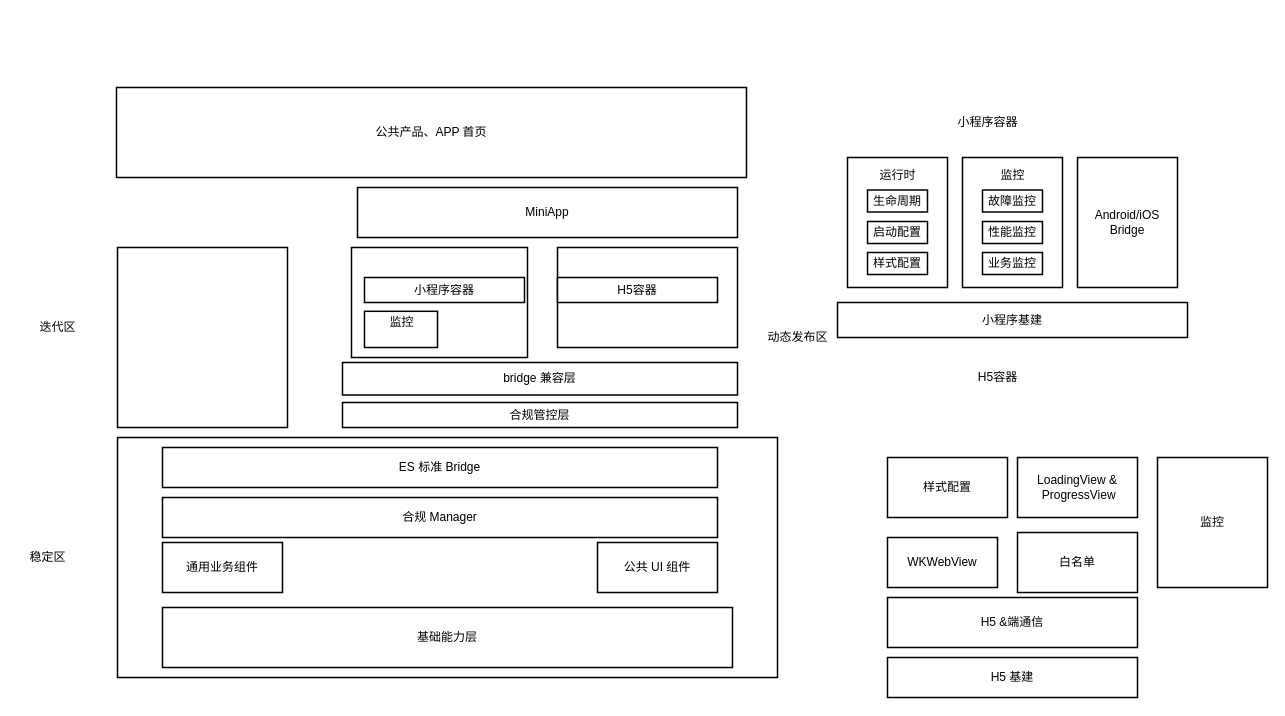
ashen-23/DrawIORepo keeps this draw.io diagram as page "第 3 页" (3 of 3) of 未命名绘图.drawio. Above is the earlier version. Source tidied: cells renumbered, new cells numbered last; positions are measured from the earlier drawing's top-left corner, leaving out a move shared by most shapes. Both pictures are drawn from the tidied source at 100%, with x=0, y=0 at pixel (17, 87).
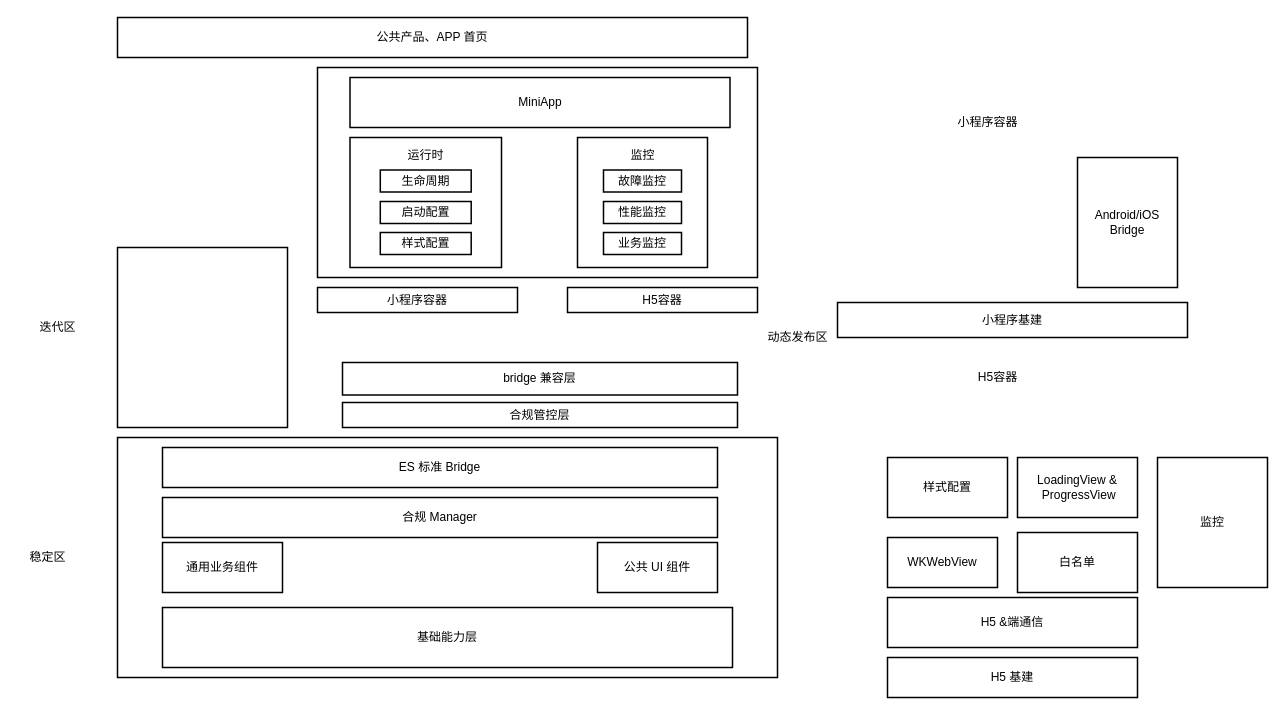
After the change.

Commit message:
更新未命名绘图.drawio

Diff of the diagram source:
```diff
@@
+    <mxCell id="45" style="whiteSpace=wrap;html=1;strokeWidth=1.5;fontColor=#000000;fillColor=#FFFFFF;" parent="1" vertex="1">
+      <mxGeometry x="300" y="-20" width="440" height="210" as="geometry" />
+    </mxCell>
@@
-    <mxCell id="11" style="whiteSpace=wrap;html=1;strokeWidth=1.5;fontColor=#000000;fillColor=#FFFFFF;" parent="1" vertex="1">
-      <mxGeometry x="334" y="160" width="176" height="110" as="geometry" />
-    </mxCell>
@@
     <mxCell id="13" value="公共产品、APP 首页" style="whiteSpace=wrap;html=1;strokeWidth=1.5;fontColor=#000000;fillColor=#FFFFFF;" parent="1" vertex="1">
-      <mxGeometry x="99" width="630" height="90" as="geometry" />
+      <mxGeometry x="100" y="-70" width="630" height="40" as="geometry" />
     </mxCell>
     <mxCell id="14" value="小程序容器" style="whiteSpace=wrap;html=1;strokeWidth=1.5;fontColor=#000000;fillColor=#FFFFFF;" parent="1" vertex="1">
-      <mxGeometry x="347" y="190" width="160" height="25" as="geometry" />
+      <mxGeometry x="300" y="200" width="200" height="25" as="geometry" />
     </mxCell>
@@
-    <mxCell id="16" style="whiteSpace=wrap;html=1;strokeWidth=1.5;fontColor=#000000;fillColor=#FFFFFF;" parent="1" vertex="1">
-      <mxGeometry x="540" y="160" width="180" height="100" as="geometry" />
-    </mxCell>
     <mxCell id="17" value="H5容器" style="whiteSpace=wrap;html=1;strokeWidth=1.5;fontColor=#000000;fillColor=#FFFFFF;" parent="1" vertex="1">
-      <mxGeometry x="540" y="190" width="160" height="25" as="geometry" />
+      <mxGeometry x="550" y="200" width="190" height="25" as="geometry" />
     </mxCell>
-    <mxCell id="18" style="whiteSpace=wrap;html=1;strokeWidth=1.5;fontColor=#000000;fillColor=#FFFFFF;" parent="1" vertex="1">
-      <mxGeometry x="347" y="223.8" width="73" height="36.2" as="geometry" />
-    </mxCell>
-    <mxCell id="19" value="监控" style="text;html=1;align=center;verticalAlign=middle;strokeColor=none;fillColor=none;fontColor=#000000;" parent="1" vertex="1">
-      <mxGeometry x="358.5" y="220" width="50" height="30" as="geometry" />
-    </mxCell>
     <mxCell id="20" style="group;" parent="1" vertex="1">
-      <mxGeometry x="945" y="70" width="100" height="130" as="geometry" />
+      <mxGeometry x="560" y="50" width="130" height="130" as="geometry" />
     </mxCell>
     <mxCell id="21" style="whiteSpace=wrap;html=1;strokeWidth=1.5;fontColor=#000000;fillColor=#FFFFFF;" parent="20" vertex="1">
-      <mxGeometry width="100" height="130" as="geometry" />
+      <mxGeometry width="130" height="130" as="geometry" />
     </mxCell>
     <mxCell id="22" value="故障监控" style="whiteSpace=wrap;html=1;strokeWidth=1.5;fontColor=#000000;fillColor=#FFFFFF;" parent="20" vertex="1">
-      <mxGeometry x="20" y="32.5" width="60" height="22" as="geometry" />
+      <mxGeometry x="26" y="32.5" width="78" height="22" as="geometry" />
     </mxCell>
     <mxCell id="23" value="性能监控" style="whiteSpace=wrap;html=1;strokeWidth=1.5;fontColor=#000000;fillColor=#FFFFFF;" parent="20" vertex="1">
-      <mxGeometry x="20" y="64" width="60" height="22" as="geometry" />
+      <mxGeometry x="26" y="64" width="78" height="22" as="geometry" />
     </mxCell>
     <mxCell id="24" value="业务监控" style="whiteSpace=wrap;html=1;strokeWidth=1.5;fontColor=#000000;fillColor=#FFFFFF;" parent="20" vertex="1">
-      <mxGeometry x="20" y="95" width="60" height="22" as="geometry" />
+      <mxGeometry x="26" y="95" width="78" height="22" as="geometry" />
     </mxCell>
     <mxCell id="25" value="监控" style="text;html=1;align=center;verticalAlign=middle;strokeColor=none;fillColor=none;fontColor=#000000;" parent="20" vertex="1">
-      <mxGeometry x="25" y="2.5" width="50" height="30" as="geometry" />
+      <mxGeometry x="40" y="2.5" width="50" height="30" as="geometry" />
     </mxCell>
     <mxCell id="26" style="group;" parent="1" vertex="1">
-      <mxGeometry x="830" y="70" width="100" height="130" as="geometry" />
+      <mxGeometry x="332.5" y="50" width="151.5" height="130" as="geometry" />
     </mxCell>
     <mxCell id="27" style="whiteSpace=wrap;html=1;strokeWidth=1.5;fontColor=#000000;fillColor=#FFFFFF;" parent="26" vertex="1">
-      <mxGeometry width="100" height="130" as="geometry" />
+      <mxGeometry width="151.5" height="130" as="geometry" />
     </mxCell>
     <mxCell id="28" value="生命周期" style="whiteSpace=wrap;html=1;strokeWidth=1.5;fontColor=#000000;fillColor=#FFFFFF;" parent="26" vertex="1">
-      <mxGeometry x="20" y="32.5" width="60" height="22" as="geometry" />
+      <mxGeometry x="30.3" y="32.5" width="90.9" height="22" as="geometry" />
     </mxCell>
     <mxCell id="29" value="启动配置" style="whiteSpace=wrap;html=1;strokeWidth=1.5;fontColor=#000000;fillColor=#FFFFFF;" parent="26" vertex="1">
-      <mxGeometry x="20" y="64" width="60" height="22" as="geometry" />
+      <mxGeometry x="30.3" y="64" width="90.9" height="22" as="geometry" />
     </mxCell>
     <mxCell id="30" value="样式配置" style="whiteSpace=wrap;html=1;strokeWidth=1.5;fontColor=#000000;fillColor=#FFFFFF;" parent="26" vertex="1">
-      <mxGeometry x="20" y="95" width="60" height="22" as="geometry" />
+      <mxGeometry x="30.3" y="95" width="90.9" height="22" as="geometry" />
     </mxCell>
     <mxCell id="31" value="运行时" style="text;html=1;align=center;verticalAlign=middle;strokeColor=none;fillColor=none;fontColor=#000000;" parent="26" vertex="1">
-      <mxGeometry x="20" y="2.5" width="60" height="30" as="geometry" />
+      <mxGeometry x="45.8" y="2.5" width="60" height="30" as="geometry" />
     </mxCell>
     <mxCell id="32" value="MiniApp" style="whiteSpace=wrap;html=1;strokeWidth=1.5;fontColor=#000000;fillColor=#FFFFFF;" parent="1" vertex="1">
-      <mxGeometry x="340" y="100" width="380" height="50" as="geometry" />
+      <mxGeometry x="332.5" y="-10" width="380" height="50" as="geometry" />
     </mxCell>
```
